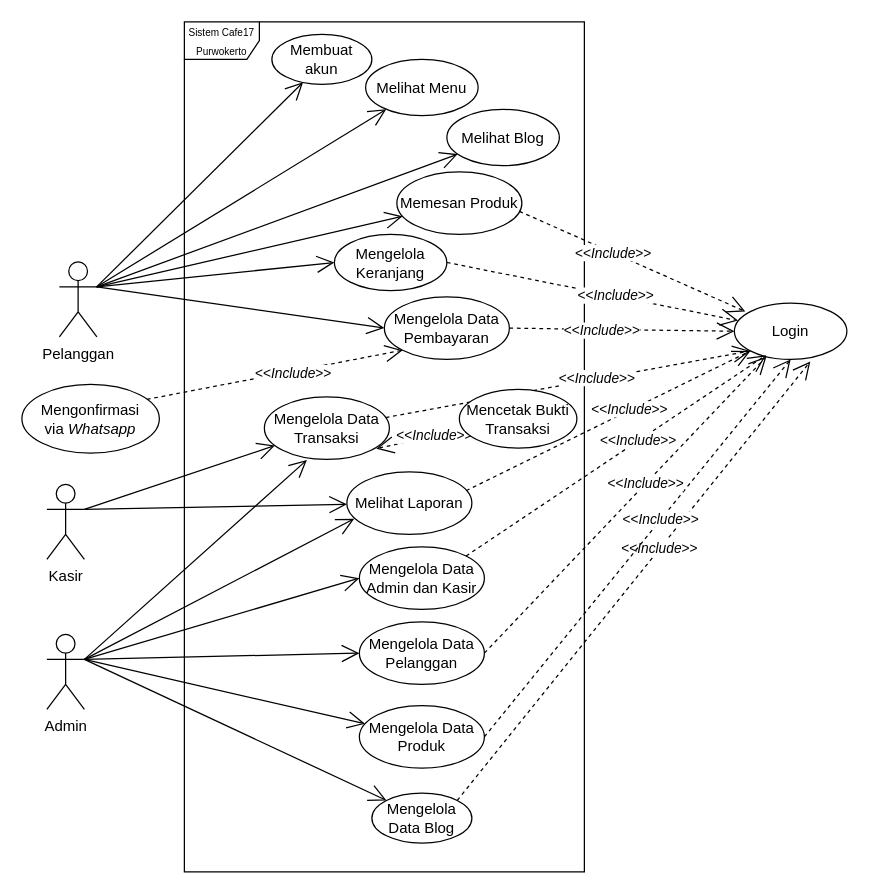
Before: page "Usecase" (1 of 11) of Untitled Diagram.drawio (1).drawio in WildanMaulana17/admin.cafe17purwokerto, a draw.io diagram. Source tidied: cells renumbered, new cells numbered last; positions are measured from the earlier drawing's top-left corner, leaving out a move shared by most shapes. Both pictures are drawn from the tidied source at 125%, with x=0, y=0 at pixel (21, 21).
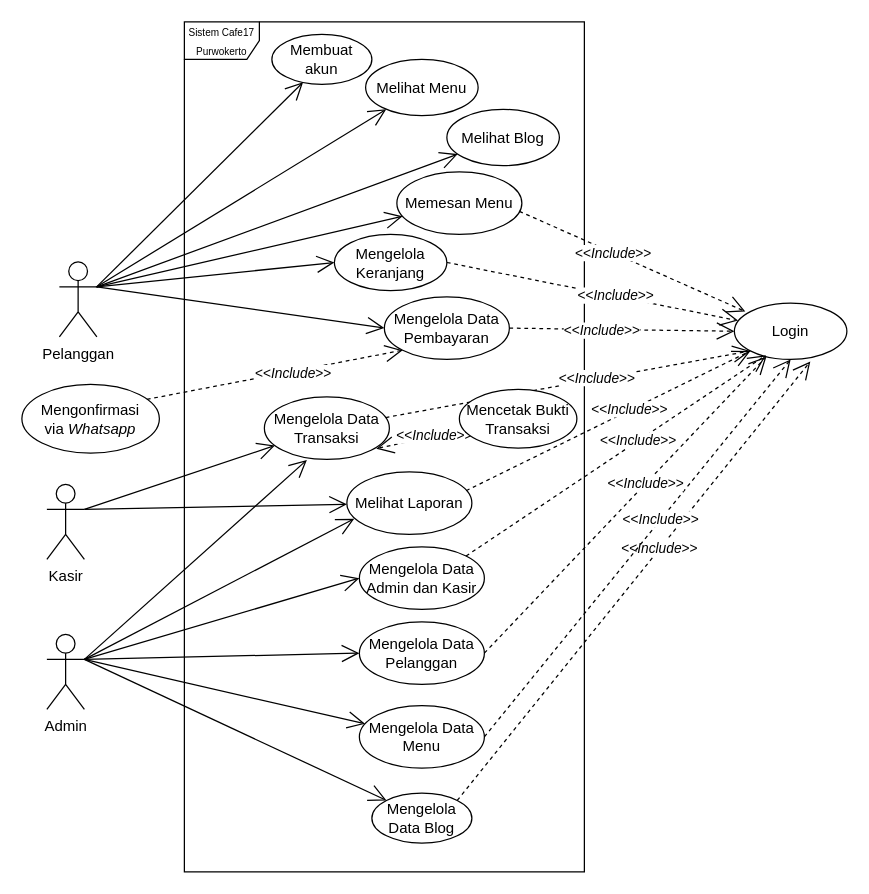
The same page after the edit.

Change to the diagram source:
```diff
@@
-    <mxCell id="7" value="Memesan Produk" style="ellipse;whiteSpace=wrap;html=1;" parent="1" vertex="1">
+    <mxCell id="7" value="Memesan Menu" style="ellipse;whiteSpace=wrap;html=1;" parent="1" vertex="1">
       <mxGeometry x="300" y="120" width="100" height="50" as="geometry" />
     </mxCell>
@@
-    <mxCell id="35" value="Mengelola Data Produk" style="ellipse;whiteSpace=wrap;html=1;" parent="1" vertex="1">
+    <mxCell id="35" value="Mengelola Data Menu" style="ellipse;whiteSpace=wrap;html=1;" parent="1" vertex="1">
       <mxGeometry x="270" y="547" width="100" height="50" as="geometry" />
     </mxCell>
```
